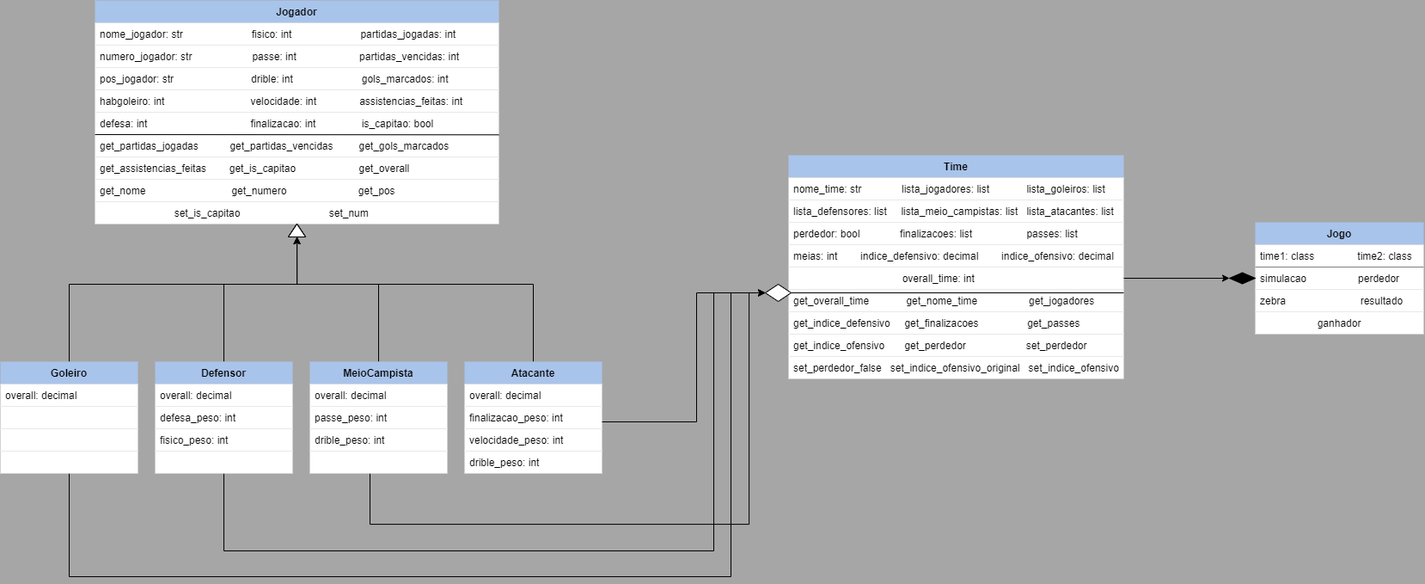
Before: diagramadeclasses.drawio.png, a diagram exported from draw.io (Bluesy18/Trabalho-de-POO-1). Source tidied: cells renumbered, new cells last; positions are measured from the earlier drawing's top-left corner, leaving out a move shared by most shapes.
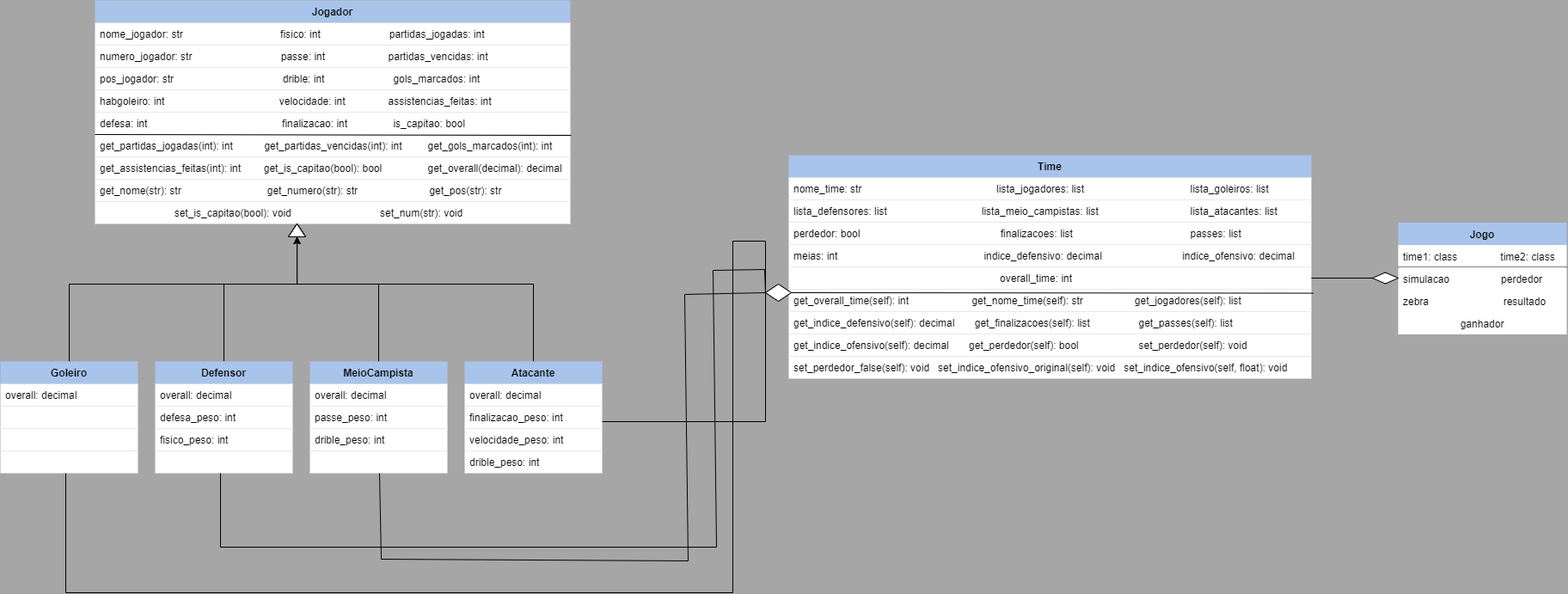
The same diagram one commit later.

The edit, as a diff of the source:
```diff
@@ -3,40 +3,40 @@
     <mxCell id="0" />
     <mxCell id="1" parent="0" />
     <mxCell id="2" value="Jogador&#10;" style="swimlane;fontStyle=1;align=center;verticalAlign=top;horizontal=1;startSize=26;rounded=0;shadow=0;strokeWidth=1;fillColor=#A9C4EB;strokeColor=none;" parent="1" vertex="1">
-      <mxGeometry x="110" width="470" height="260" as="geometry" />
+      <mxGeometry x="110" width="553" height="260" as="geometry" />
     </mxCell>
-    <mxCell id="3" value="nome_jogador: str                        fisico: int                        partidas_jogadas: int" style="text;align=left;verticalAlign=top;spacingLeft=4;spacingRight=4;overflow=hidden;fillColor=default;" parent="2" vertex="1">
-      <mxGeometry y="26" width="470" height="26" as="geometry" />
+    <mxCell id="3" value="nome_jogador: str                                  fisico: int                        partidas_jogadas: int" style="text;align=left;verticalAlign=top;spacingLeft=4;spacingRight=4;overflow=hidden;fillColor=default;" parent="2" vertex="1">
+      <mxGeometry y="26" width="553" height="26" as="geometry" />
     </mxCell>
-    <mxCell id="4" value="numero_jogador: str                     passe: int                      partidas_vencidas: int" style="text;align=left;verticalAlign=top;spacingLeft=4;spacingRight=4;overflow=hidden;rounded=0;shadow=0;html=0;fillColor=default;" parent="2" vertex="1">
-      <mxGeometry y="52" width="470" height="26" as="geometry" />
+    <mxCell id="4" value="numero_jogador: str                               passe: int                      partidas_vencidas: int" style="text;align=left;verticalAlign=top;spacingLeft=4;spacingRight=4;overflow=hidden;rounded=0;shadow=0;html=0;fillColor=default;" parent="2" vertex="1">
+      <mxGeometry y="52" width="553" height="26" as="geometry" />
     </mxCell>
-    <mxCell id="5" value="pos_jogador: str                           drible: int                        gols_marcados: int" style="text;align=left;verticalAlign=top;spacingLeft=4;spacingRight=4;overflow=hidden;rounded=0;shadow=0;html=0;fillColor=default;" parent="2" vertex="1">
-      <mxGeometry y="78" width="470" height="26" as="geometry" />
+    <mxCell id="5" value="pos_jogador: str                                      drible: int                        gols_marcados: int" style="text;align=left;verticalAlign=top;spacingLeft=4;spacingRight=4;overflow=hidden;rounded=0;shadow=0;html=0;fillColor=default;" parent="2" vertex="1">
+      <mxGeometry y="78" width="553" height="26" as="geometry" />
     </mxCell>
-    <mxCell id="6" value="habgoleiro: int                              velocidade: int               assistencias_feitas: int" style="text;align=left;verticalAlign=top;spacingLeft=4;spacingRight=4;overflow=hidden;rounded=0;shadow=0;html=0;fillColor=default;" parent="2" vertex="1">
-      <mxGeometry y="104" width="470" height="26" as="geometry" />
+    <mxCell id="6" value="habgoleiro: int                                        velocidade: int               assistencias_feitas: int" style="text;align=left;verticalAlign=top;spacingLeft=4;spacingRight=4;overflow=hidden;rounded=0;shadow=0;html=0;fillColor=default;" parent="2" vertex="1">
+      <mxGeometry y="104" width="553" height="26" as="geometry" />
     </mxCell>
-    <mxCell id="7" value="defesa: int                                    finalizacao: int                is_capitao: bool" style="text;align=left;verticalAlign=top;spacingLeft=4;spacingRight=4;overflow=hidden;rounded=0;shadow=0;html=0;fillColor=default;" parent="2" vertex="1">
-      <mxGeometry y="130" width="470" height="26" as="geometry" />
+    <mxCell id="7" value="defesa: int                                               finalizacao: int                is_capitao: bool" style="text;align=left;verticalAlign=top;spacingLeft=4;spacingRight=4;overflow=hidden;rounded=0;shadow=0;html=0;fillColor=default;" parent="2" vertex="1">
+      <mxGeometry y="130" width="553" height="26" as="geometry" />
     </mxCell>
-    <mxCell id="8" value="get_partidas_jogadas           get_partidas_vencidas         get_gols_marcados" style="text;align=left;verticalAlign=top;spacingLeft=4;spacingRight=4;overflow=hidden;rounded=0;shadow=0;html=0;fillColor=default;" parent="2" vertex="1">
-      <mxGeometry y="156" width="470" height="26" as="geometry" />
+    <mxCell id="8" value="get_partidas_jogadas(int): int           get_partidas_vencidas(int): int         get_gols_marcados(int): int" style="text;align=left;verticalAlign=top;spacingLeft=4;spacingRight=4;overflow=hidden;rounded=0;shadow=0;html=0;fillColor=default;" parent="2" vertex="1">
+      <mxGeometry y="156" width="553" height="26" as="geometry" />
     </mxCell>
-    <mxCell id="9" style="endArrow=none;html=1;rounded=0;entryX=1;entryY=0.5;entryDx=0;entryDy=0;" parent="2" edge="1">
+    <mxCell id="9" style="endArrow=none;html=1;rounded=0;" parent="2" edge="1">
       <mxGeometry relative="1" as="geometry">
         <mxPoint y="156" as="sourcePoint" />
-        <mxPoint x="470" y="156.3" as="targetPoint" />
+        <mxPoint x="554" y="157" as="targetPoint" />
       </mxGeometry>
     </mxCell>
-    <mxCell id="10" value="get_assistencias_feitas        get_is_capitao                      get_overall" style="text;align=left;verticalAlign=top;spacingLeft=4;spacingRight=4;overflow=hidden;rounded=0;shadow=0;html=0;fillColor=default;" parent="2" vertex="1">
-      <mxGeometry y="182" width="470" height="26" as="geometry" />
+    <mxCell id="10" value="get_assistencias_feitas(int): int        get_is_capitao(bool): bool                get_overall(decimal): decimal" style="text;align=left;verticalAlign=top;spacingLeft=4;spacingRight=4;overflow=hidden;rounded=0;shadow=0;html=0;fillColor=default;" parent="2" vertex="1">
+      <mxGeometry y="182" width="553" height="26" as="geometry" />
     </mxCell>
-    <mxCell id="11" value="get_nome                              get_numero                         get_pos" style="text;align=left;verticalAlign=top;spacingLeft=4;spacingRight=4;overflow=hidden;rounded=0;shadow=0;html=0;fillColor=default;" parent="2" vertex="1">
-      <mxGeometry y="208" width="470" height="26" as="geometry" />
+    <mxCell id="11" value="get_nome(str): str                              get_numero(str): str                         get_pos(str): str" style="text;align=left;verticalAlign=top;spacingLeft=4;spacingRight=4;overflow=hidden;rounded=0;shadow=0;html=0;fillColor=default;" parent="2" vertex="1">
+      <mxGeometry y="208" width="553" height="26" as="geometry" />
     </mxCell>
-    <mxCell id="12" value="                          set_is_capitao                               set_num" style="text;align=left;verticalAlign=top;spacingLeft=4;spacingRight=4;overflow=hidden;rounded=0;shadow=0;html=0;fillColor=default;" parent="2" vertex="1">
-      <mxGeometry y="234" width="470" height="26" as="geometry" />
+    <mxCell id="12" value="                          set_is_capitao(bool): void                               set_num(str): void" style="text;align=left;verticalAlign=top;spacingLeft=4;spacingRight=4;overflow=hidden;rounded=0;shadow=0;html=0;fillColor=default;" parent="2" vertex="1">
+      <mxGeometry y="234" width="553" height="26" as="geometry" />
     </mxCell>
     <mxCell id="13" style="edgeStyle=orthogonalEdgeStyle;rounded=0;jettySize=auto;html=1;exitX=0.5;exitY=0;exitDx=0;exitDy=0;" parent="1" edge="1" source="15" target="51">
       <mxGeometry relative="1" as="geometry">
@@ -46,15 +46,6 @@
         </Array>
       </mxGeometry>
     </mxCell>
-    <mxCell id="14" style="edgeStyle=orthogonalEdgeStyle;rounded=0;jettySize=auto;html=1;entryX=0.5;entryY=1;entryDx=0;entryDy=0;" parent="1" edge="1" source="15" target="55">
-      <mxGeometry relative="1" as="geometry">
-        <Array as="points">
-          <mxPoint x="260" y="640" />
-          <mxPoint x="830" y="640" />
-          <mxPoint x="830" y="340" />
-        </Array>
-      </mxGeometry>
-    </mxCell>
     <mxCell id="15" value="Defensor" style="swimlane;fontStyle=1;align=center;verticalAlign=top;horizontal=1;startSize=26;rounded=0;shadow=0;strokeWidth=1;fillColor=#A9C4EB;strokeColor=none;" parent="1" vertex="1">
       <mxGeometry x="180" y="420" width="160" height="130" as="geometry" />
     </mxCell>
@@ -71,40 +62,39 @@
       <mxGeometry y="104" width="160" height="26" as="geometry" />
     </mxCell>
     <mxCell id="20" value="Time" style="swimlane;fontStyle=1;align=center;verticalAlign=top;horizontal=1;startSize=26;rounded=0;shadow=0;strokeWidth=1;fillColor=#A9C4EB;strokeColor=none;" parent="1" vertex="1">
-      <mxGeometry x="917" y="180" width="390" height="260" as="geometry" />
+      <mxGeometry x="917" y="180" width="608" height="260" as="geometry" />
     </mxCell>
-    <mxCell id="21" value="nome_time: str              lista_jogadores: list             lista_goleiros: list" style="text;align=left;verticalAlign=top;spacingLeft=4;spacingRight=4;overflow=hidden;fillColor=default;" parent="20" vertex="1">
-      <mxGeometry y="26" width="390" height="26" as="geometry" />
+    <mxCell id="21" value="nome_time: str                                               lista_jogadores: list                                     lista_goleiros: list" style="text;align=left;verticalAlign=top;spacingLeft=4;spacingRight=4;overflow=hidden;fillColor=default;" parent="20" vertex="1">
+      <mxGeometry y="26" width="608" height="26" as="geometry" />
     </mxCell>
-    <mxCell id="22" value="lista_defensores: list     lista_meio_campistas: list   lista_atacantes: list" style="text;align=left;verticalAlign=top;spacingLeft=4;spacingRight=4;overflow=hidden;fillColor=default;" parent="20" vertex="1">
-      <mxGeometry y="52" width="390" height="26" as="geometry" />
+    <mxCell id="22" value="lista_defensores: list                                 lista_meio_campistas: list                                lista_atacantes: list" style="text;align=left;verticalAlign=top;spacingLeft=4;spacingRight=4;overflow=hidden;fillColor=default;" parent="20" vertex="1">
+      <mxGeometry y="52" width="608" height="26" as="geometry" />
     </mxCell>
-    <mxCell id="23" value="perdedor: bool              finalizacoes: list                   passes: list" style="text;align=left;verticalAlign=top;spacingLeft=4;spacingRight=4;overflow=hidden;fillColor=default;" parent="20" vertex="1">
-      <mxGeometry y="78" width="390" height="26" as="geometry" />
+    <mxCell id="23" value="perdedor: bool                                                 finalizacoes: list                                         passes: list" style="text;align=left;verticalAlign=top;spacingLeft=4;spacingRight=4;overflow=hidden;fillColor=default;" parent="20" vertex="1">
+      <mxGeometry y="78" width="608" height="26" as="geometry" />
     </mxCell>
-    <mxCell id="24" value="meias: int        indice_defensivo: decimal        indice_ofensivo: decimal" style="text;align=left;verticalAlign=top;spacingLeft=4;spacingRight=4;overflow=hidden;fillColor=default;" parent="20" vertex="1">
-      <mxGeometry y="104" width="390" height="26" as="geometry" />
+    <mxCell id="24" value="meias: int                                                   indice_defensivo: decimal                            indice_ofensivo: decimal" style="text;align=left;verticalAlign=top;spacingLeft=4;spacingRight=4;overflow=hidden;fillColor=default;" parent="20" vertex="1">
+      <mxGeometry y="104" width="608" height="26" as="geometry" />
     </mxCell>
-    <mxCell id="25" value="                                      overall_time: int" style="text;align=left;verticalAlign=top;spacingLeft=4;spacingRight=4;overflow=hidden;points=[[0,0.5],[1,0.5]];portConstraint=eastwest;fillColor=default;" parent="20" vertex="1">
-      <mxGeometry y="130" width="390" height="26" as="geometry" />
+    <mxCell id="25" value="                                                                        overall_time: int" style="text;align=left;verticalAlign=top;spacingLeft=4;spacingRight=4;overflow=hidden;points=[[0,0.5],[1,0.5]];portConstraint=eastwest;fillColor=default;" parent="20" vertex="1">
+      <mxGeometry y="130" width="608" height="26" as="geometry" />
     </mxCell>
-    <mxCell id="26" value="get_overall_time             get_nome_time                  get_jogadores" style="text;align=left;verticalAlign=top;spacingLeft=4;spacingRight=4;overflow=hidden;points=[[0,0.5],[1,0.5]];portConstraint=eastwest;fillColor=default;" parent="20" vertex="1">
-      <mxGeometry y="156" width="390" height="26" as="geometry" />
+    <mxCell id="26" value="get_overall_time(self): int                      get_nome_time(self): str                  get_jogadores(self): list" style="text;align=left;verticalAlign=top;spacingLeft=4;spacingRight=4;overflow=hidden;points=[[0,0.5],[1,0.5]];portConstraint=eastwest;fillColor=default;" parent="20" vertex="1">
+      <mxGeometry y="156" width="608" height="26" as="geometry" />
     </mxCell>
-    <mxCell id="27" style="endArrow=none;html=1;rounded=0;" parent="20" edge="1">
+    <mxCell id="27" style="endArrow=none;html=1;rounded=0;entryX=1.004;entryY=0.176;entryDx=0;entryDy=0;entryPerimeter=0;" parent="20" edge="1" target="26">
       <mxGeometry relative="1" as="geometry">
         <mxPoint y="160" as="sourcePoint" />
-        <mxPoint x="390" y="160" as="targetPoint" />
       </mxGeometry>
     </mxCell>
-    <mxCell id="28" value="get_indice_defensivo     get_finalizacoes                 get_passes" style="text;align=left;verticalAlign=top;spacingLeft=4;spacingRight=4;overflow=hidden;fillColor=default;" parent="20" vertex="1">
-      <mxGeometry y="182" width="390" height="26" as="geometry" />
+    <mxCell id="28" value="get_indice_defensivo(self): decimal       get_finalizacoes(self): list                 get_passes(self): list" style="text;align=left;verticalAlign=top;spacingLeft=4;spacingRight=4;overflow=hidden;fillColor=default;" parent="20" vertex="1">
+      <mxGeometry y="182" width="608" height="26" as="geometry" />
     </mxCell>
-    <mxCell id="29" value="get_indice_ofensivo       get_perdedor                     set_perdedor" style="text;align=left;verticalAlign=top;spacingLeft=4;spacingRight=4;overflow=hidden;fillColor=default;" parent="20" vertex="1">
-      <mxGeometry y="208" width="390" height="26" as="geometry" />
+    <mxCell id="29" value="get_indice_ofensivo(self): decimal       get_perdedor(self): bool                     set_perdedor(self): void" style="text;align=left;verticalAlign=top;spacingLeft=4;spacingRight=4;overflow=hidden;fillColor=default;" parent="20" vertex="1">
+      <mxGeometry y="208" width="608" height="26" as="geometry" />
     </mxCell>
-    <mxCell id="30" value="set_perdedor_false   set_indice_ofensivo_original   set_indice_ofensivo" style="text;align=left;verticalAlign=top;spacingLeft=4;spacingRight=4;overflow=hidden;fillColor=default;" parent="20" vertex="1">
-      <mxGeometry y="234" width="390" height="26" as="geometry" />
+    <mxCell id="30" value="set_perdedor_false(self): void   set_indice_ofensivo_original(self): void   set_indice_ofensivo(self, float): void" style="text;align=left;verticalAlign=top;spacingLeft=4;spacingRight=4;overflow=hidden;fillColor=default;" parent="20" vertex="1">
+      <mxGeometry y="234" width="608" height="26" as="geometry" />
     </mxCell>
     <mxCell id="31" style="edgeStyle=orthogonalEdgeStyle;rounded=0;jettySize=auto;html=1;exitX=0.5;exitY=0;exitDx=0;exitDy=0;" parent="1" edge="1" source="32" target="53">
       <mxGeometry relative="1" as="geometry">
@@ -137,16 +127,6 @@
         </Array>
       </mxGeometry>
     </mxCell>
-    <mxCell id="38" style="edgeStyle=orthogonalEdgeStyle;rounded=0;jettySize=auto;html=1;" parent="1" edge="1" source="43">
-      <mxGeometry relative="1" as="geometry">
-        <mxPoint x="890" y="340" as="targetPoint" />
-        <Array as="points">
-          <mxPoint x="430" y="609" />
-          <mxPoint x="871" y="609" />
-          <mxPoint x="871" y="340" />
-        </Array>
-      </mxGeometry>
-    </mxCell>
     <mxCell id="39" value="MeioCampista" style="swimlane;fontStyle=1;align=center;verticalAlign=top;horizontal=1;startSize=26;rounded=0;shadow=0;strokeWidth=1;fillColor=#A9C4EB;strokeColor=none;" parent="1" vertex="1">
       <mxGeometry x="360" y="420" width="160" height="130" as="geometry" />
     </mxCell>
@@ -170,15 +150,6 @@
         </Array>
       </mxGeometry>
     </mxCell>
-    <mxCell id="45" style="edgeStyle=orthogonalEdgeStyle;rounded=0;jettySize=auto;html=1;entryX=0.5;entryY=1;entryDx=0;entryDy=0;" parent="1" edge="1" source="46" target="55">
-      <mxGeometry relative="1" as="geometry">
-        <Array as="points">
-          <mxPoint x="80" y="670" />
-          <mxPoint x="850" y="670" />
-          <mxPoint x="850" y="340" />
-        </Array>
-      </mxGeometry>
-    </mxCell>
     <mxCell id="46" value="Goleiro" style="swimlane;fontStyle=1;align=center;verticalAlign=top;horizontal=1;startSize=26;rounded=0;shadow=0;strokeWidth=1;fillColor=#A9C4EB;strokeColor=none;" parent="1" vertex="1">
       <mxGeometry y="420" width="160" height="130" as="geometry" />
     </mxCell>
@@ -203,20 +174,11 @@
     <mxCell id="53" style="triangle;whiteSpace=wrap;html=1;verticalAlign=top;fontStyle=0;startSize=26;rounded=0;shadow=0;strokeWidth=1;direction=north;" parent="1" vertex="1">
       <mxGeometry x="335" y="260" width="20" height="15" as="geometry" />
     </mxCell>
-    <mxCell id="54" style="endArrow=classic;html=1;rounded=0;entryX=0.5;entryY=1;entryDx=0;entryDy=0;" parent="1" edge="1" target="55">
-      <mxGeometry relative="1" as="geometry">
-        <mxPoint x="700" y="490" as="sourcePoint" />
-        <Array as="points">
-          <mxPoint x="810" y="490" />
-          <mxPoint x="810" y="340" />
-        </Array>
-      </mxGeometry>
-    </mxCell>
     <mxCell id="55" style="rhombus;whiteSpace=wrap;html=1;direction=south;" parent="1" vertex="1">
       <mxGeometry x="890" y="330" width="30" height="20" as="geometry" />
     </mxCell>
     <mxCell id="56" value="Jogo&#10;" style="swimlane;fontStyle=1;align=center;verticalAlign=top;horizontal=1;startSize=26;rounded=0;shadow=0;strokeWidth=1;fillColor=#A9C4EB;strokeColor=none;" parent="1" vertex="1">
-      <mxGeometry x="1460" y="258" width="196" height="130" as="geometry" />
+      <mxGeometry x="1626" y="258.5" width="196" height="130" as="geometry" />
     </mxCell>
     <mxCell id="57" value="time1: class               time2: class" style="text;align=left;verticalAlign=top;spacingLeft=4;spacingRight=4;overflow=hidden;fillColor=default;" parent="56" vertex="1">
       <mxGeometry y="26" width="196" height="26" as="geometry" />
@@ -236,11 +198,51 @@
     <mxCell id="61" value="                    ganhador" style="text;align=left;verticalAlign=top;spacingLeft=4;spacingRight=4;overflow=hidden;fillColor=default;" parent="56" vertex="1">
       <mxGeometry y="104" width="196" height="26" as="geometry" />
     </mxCell>
+    <mxCell id="63" style="rhombus;whiteSpace=wrap;html=1;direction=south;fillColor=#FFFFFF;" parent="1" vertex="1">
+      <mxGeometry x="1596" y="316.5" width="30" height="13" as="geometry" />
+    </mxCell>
-    <mxCell id="62" style="endArrow=classic;html=1;rounded=0;exitX=1;exitY=0.5;exitDx=0;exitDy=0;" parent="1" edge="1" source="25" target="63">
+    <mxCell id="62" style="endArrow=none;html=1;rounded=0;entryX=0.5;entryY=1;entryDx=0;entryDy=0;exitX=1;exitY=0.5;exitDx=0;exitDy=0;" parent="1" edge="1" source="25" target="63">
       <mxGeometry relative="1" as="geometry" />
     </mxCell>
-    <mxCell id="63" style="rhombus;whiteSpace=wrap;html=1;direction=south;fillColor=#000000;" parent="1" vertex="1">
-      <mxGeometry x="1430" y="316.5" width="30" height="13" as="geometry" />
-    </mxCell>
+    <mxCell id="64" style="endArrow=none;html=1;rounded=0;entryX=0.5;entryY=1;entryDx=0;entryDy=0;" parent="1" edge="1" target="55">
+      <mxGeometry relative="1" as="geometry">
+        <mxPoint x="700" y="490" as="sourcePoint" />
+        <Array as="points">
+          <mxPoint x="890" y="490" />
+        </Array>
+      </mxGeometry>
+    </mxCell>
+    <mxCell id="65" style="endArrow=none;html=1;rounded=0;exitX=0.5;exitY=1;exitDx=0;exitDy=0;" parent="1" edge="1" source="55">
+      <mxGeometry relative="1" as="geometry">
+        <mxPoint x="441" y="550" as="targetPoint" />
+        <Array as="points">
+          <mxPoint x="796" y="342" />
+          <mxPoint x="800" y="652" />
+          <mxPoint x="443" y="650" />
+        </Array>
+      </mxGeometry>
+    </mxCell>
+    <mxCell id="66" style="endArrow=none;html=1;rounded=0;exitX=0.5;exitY=1;exitDx=0;exitDy=0;" parent="1" edge="1" source="55">
+      <mxGeometry relative="1" as="geometry">
+        <mxPoint x="256" y="550" as="targetPoint" />
+        <Array as="points">
+          <mxPoint x="889" y="313" />
+          <mxPoint x="829" y="314" />
+          <mxPoint x="833" y="636" />
+          <mxPoint x="256" y="636" />
+        </Array>
+      </mxGeometry>
+    </mxCell>
+    <mxCell id="67" style="endArrow=none;html=1;rounded=0;exitX=0.5;exitY=1;exitDx=0;exitDy=0;" parent="1" edge="1" source="55">
+      <mxGeometry relative="1" as="geometry">
+        <mxPoint x="76" y="550" as="targetPoint" />
+        <Array as="points">
+          <mxPoint x="890" y="280" />
+          <mxPoint x="852" y="280" />
+          <mxPoint x="852" y="689" />
+          <mxPoint x="76" y="689" />
+        </Array>
+      </mxGeometry>
+    </mxCell>
   </root>
 </mxGraphModel>
```
